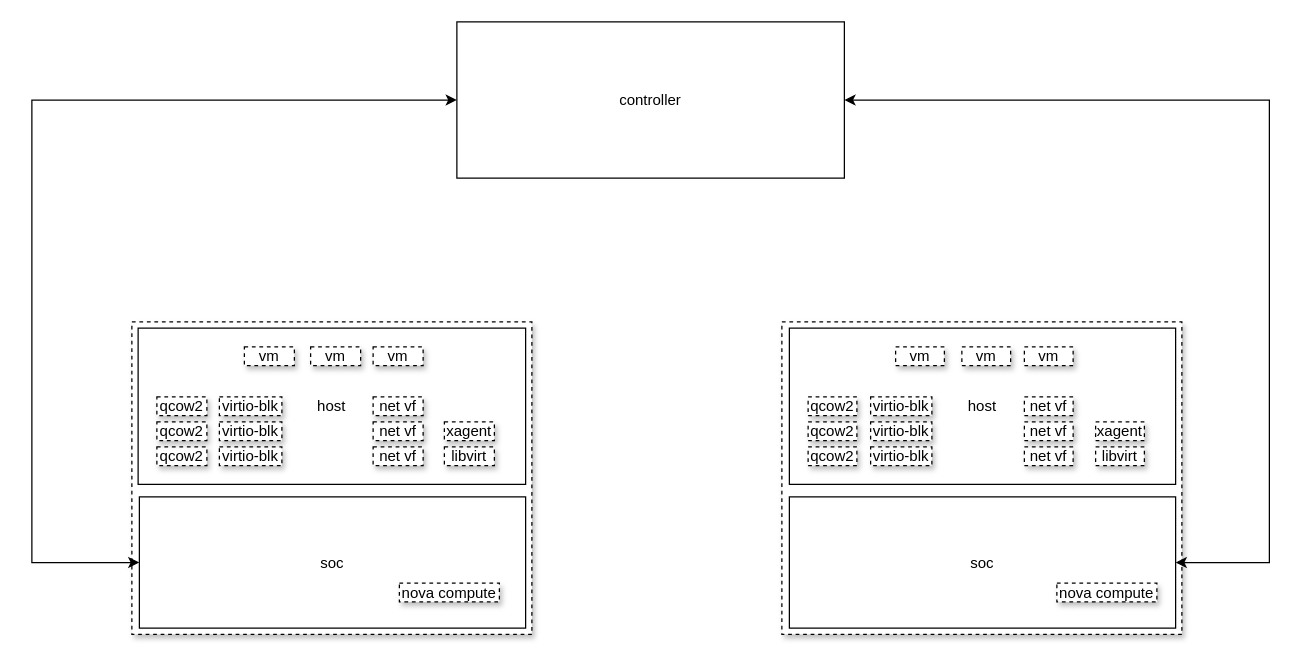
Before: Untitled Diagram.drawio in wdvill/python, a draw.io diagram. Source tidied: cells renumbered, new cells numbered last; positions are measured from the earlier drawing's top-left corner, leaving out a move shared by most shapes. Both pictures are drawn from the tidied source at 125%, with x=0, y=0 at pixel (31, 21).
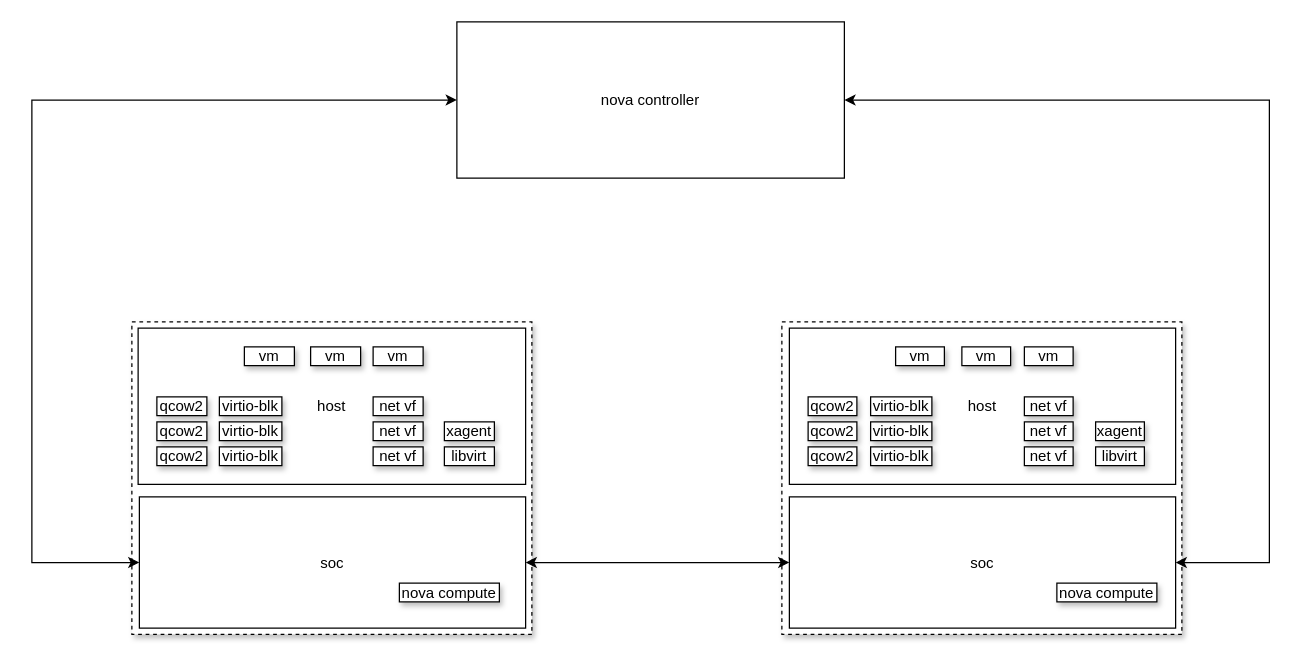
Above is the later version.

The change refers to these unchanged cells:
```xml
<mxCell id="4" value="soc" style="rounded=0;whiteSpace=wrap;html=1;" parent="1" vertex="1">
  <mxGeometry x="86" y="380" width="309" height="105" as="geometry" />
</mxCell>
<mxCell id="6" value="soc" style="rounded=0;whiteSpace=wrap;html=1;" parent="1" vertex="1">
  <mxGeometry x="606" y="380" width="309" height="105" as="geometry" />
</mxCell>
```

Diff of the diagram source:
```diff
@@
-    <mxCell id="7" value="controller" style="rounded=0;whiteSpace=wrap;html=1;" parent="1" vertex="1">
+    <mxCell id="7" value="nova controller" style="rounded=0;whiteSpace=wrap;html=1;" parent="1" vertex="1">
       <mxGeometry x="340" width="310" height="125" as="geometry" />
     </mxCell>
@@
-    <mxCell id="10" value="qcow2" style="rounded=0;whiteSpace=wrap;html=1;shadow=1;dashed=1;" parent="1" vertex="1">
+    <mxCell id="10" value="qcow2" style="rounded=0;whiteSpace=wrap;html=1;shadow=1;" parent="1" vertex="1">
       <mxGeometry x="100" y="340" width="40" height="15" as="geometry" />
     </mxCell>
-    <mxCell id="11" value="qcow2" style="rounded=0;whiteSpace=wrap;html=1;shadow=1;dashed=1;" parent="1" vertex="1">
+    <mxCell id="11" value="qcow2" style="rounded=0;whiteSpace=wrap;html=1;shadow=1;" parent="1" vertex="1">
       <mxGeometry x="100" y="320" width="40" height="15" as="geometry" />
     </mxCell>
-    <mxCell id="12" value="qcow2" style="rounded=0;whiteSpace=wrap;html=1;shadow=1;dashed=1;" parent="1" vertex="1">
+    <mxCell id="12" value="qcow2" style="rounded=0;whiteSpace=wrap;html=1;shadow=1;" parent="1" vertex="1">
       <mxGeometry x="100" y="300" width="40" height="15" as="geometry" />
     </mxCell>
-    <mxCell id="13" value="virtio-blk" style="rounded=0;whiteSpace=wrap;html=1;shadow=1;dashed=1;" parent="1" vertex="1">
+    <mxCell id="13" value="virtio-blk" style="rounded=0;whiteSpace=wrap;html=1;shadow=1;" parent="1" vertex="1">
       <mxGeometry x="150" y="340" width="50" height="15" as="geometry" />
     </mxCell>
-    <mxCell id="14" value="virtio-blk" style="rounded=0;whiteSpace=wrap;html=1;shadow=1;dashed=1;" parent="1" vertex="1">
+    <mxCell id="14" value="virtio-blk" style="rounded=0;whiteSpace=wrap;html=1;shadow=1;" parent="1" vertex="1">
       <mxGeometry x="150" y="320" width="50" height="15" as="geometry" />
     </mxCell>
-    <mxCell id="15" value="virtio-blk" style="rounded=0;whiteSpace=wrap;html=1;shadow=1;dashed=1;" parent="1" vertex="1">
+    <mxCell id="15" value="virtio-blk" style="rounded=0;whiteSpace=wrap;html=1;shadow=1;" parent="1" vertex="1">
       <mxGeometry x="150" y="300" width="50" height="15" as="geometry" />
     </mxCell>
-    <mxCell id="16" value="net vf" style="rounded=0;whiteSpace=wrap;html=1;shadow=1;dashed=1;" parent="1" vertex="1">
+    <mxCell id="16" value="net vf" style="rounded=0;whiteSpace=wrap;html=1;shadow=1;" parent="1" vertex="1">
       <mxGeometry x="273" y="340" width="40" height="15" as="geometry" />
     </mxCell>
-    <mxCell id="17" value="net vf" style="rounded=0;whiteSpace=wrap;html=1;shadow=1;dashed=1;" parent="1" vertex="1">
+    <mxCell id="17" value="net vf" style="rounded=0;whiteSpace=wrap;html=1;shadow=1;" parent="1" vertex="1">
       <mxGeometry x="273" y="320" width="40" height="15" as="geometry" />
     </mxCell>
-    <mxCell id="18" value="net vf" style="rounded=0;whiteSpace=wrap;html=1;shadow=1;dashed=1;" parent="1" vertex="1">
+    <mxCell id="18" value="net vf" style="rounded=0;whiteSpace=wrap;html=1;shadow=1;" parent="1" vertex="1">
       <mxGeometry x="273" y="300" width="40" height="15" as="geometry" />
     </mxCell>
-    <mxCell id="19" value="libvirt" style="rounded=0;whiteSpace=wrap;html=1;shadow=1;dashed=1;" parent="1" vertex="1">
+    <mxCell id="19" value="libvirt" style="rounded=0;whiteSpace=wrap;html=1;shadow=1;" parent="1" vertex="1">
       <mxGeometry x="330" y="340" width="40" height="15" as="geometry" />
     </mxCell>
-    <mxCell id="20" value="xagent" style="rounded=0;whiteSpace=wrap;html=1;shadow=1;dashed=1;" parent="1" vertex="1">
+    <mxCell id="20" value="xagent" style="rounded=0;whiteSpace=wrap;html=1;shadow=1;" parent="1" vertex="1">
       <mxGeometry x="330" y="320" width="40" height="15" as="geometry" />
     </mxCell>
-    <mxCell id="21" value="vm" style="rounded=0;whiteSpace=wrap;html=1;shadow=1;dashed=1;" parent="1" vertex="1">
+    <mxCell id="21" value="vm" style="rounded=0;whiteSpace=wrap;html=1;shadow=1;" parent="1" vertex="1">
       <mxGeometry x="170" y="260" width="40" height="15" as="geometry" />
     </mxCell>
-    <mxCell id="22" value="vm" style="rounded=0;whiteSpace=wrap;html=1;shadow=1;dashed=1;" parent="1" vertex="1">
+    <mxCell id="22" value="vm" style="rounded=0;whiteSpace=wrap;html=1;shadow=1;" parent="1" vertex="1">
       <mxGeometry x="273" y="260" width="40" height="15" as="geometry" />
     </mxCell>
-    <mxCell id="23" value="vm" style="rounded=0;whiteSpace=wrap;html=1;shadow=1;dashed=1;" parent="1" vertex="1">
+    <mxCell id="23" value="vm" style="rounded=0;whiteSpace=wrap;html=1;shadow=1;" parent="1" vertex="1">
       <mxGeometry x="223" y="260" width="40" height="15" as="geometry" />
     </mxCell>
@@
-    <mxCell id="25" value="qcow2" style="rounded=0;whiteSpace=wrap;html=1;shadow=1;dashed=1;" parent="1" vertex="1">
+    <mxCell id="25" value="qcow2" style="rounded=0;whiteSpace=wrap;html=1;shadow=1;" parent="1" vertex="1">
       <mxGeometry x="621" y="340" width="39" height="15" as="geometry" />
     </mxCell>
-    <mxCell id="26" value="qcow2" style="rounded=0;whiteSpace=wrap;html=1;shadow=1;dashed=1;" parent="1" vertex="1">
+    <mxCell id="26" value="qcow2" style="rounded=0;whiteSpace=wrap;html=1;shadow=1;" parent="1" vertex="1">
       <mxGeometry x="621" y="320" width="39" height="15" as="geometry" />
     </mxCell>
-    <mxCell id="27" value="qcow2" style="rounded=0;whiteSpace=wrap;html=1;shadow=1;dashed=1;" parent="1" vertex="1">
+    <mxCell id="27" value="qcow2" style="rounded=0;whiteSpace=wrap;html=1;shadow=1;" parent="1" vertex="1">
       <mxGeometry x="621" y="300" width="39" height="15" as="geometry" />
     </mxCell>
-    <mxCell id="28" value="virtio-blk" style="rounded=0;whiteSpace=wrap;html=1;shadow=1;dashed=1;" parent="1" vertex="1">
+    <mxCell id="28" value="virtio-blk" style="rounded=0;whiteSpace=wrap;html=1;shadow=1;" parent="1" vertex="1">
       <mxGeometry x="671" y="340" width="49" height="15" as="geometry" />
     </mxCell>
-    <mxCell id="29" value="virtio-blk" style="rounded=0;whiteSpace=wrap;html=1;shadow=1;dashed=1;" parent="1" vertex="1">
+    <mxCell id="29" value="virtio-blk" style="rounded=0;whiteSpace=wrap;html=1;shadow=1;" parent="1" vertex="1">
       <mxGeometry x="671" y="320" width="49" height="15" as="geometry" />
     </mxCell>
-    <mxCell id="30" value="virtio-blk" style="rounded=0;whiteSpace=wrap;html=1;shadow=1;dashed=1;" parent="1" vertex="1">
+    <mxCell id="30" value="virtio-blk" style="rounded=0;whiteSpace=wrap;html=1;shadow=1;" parent="1" vertex="1">
       <mxGeometry x="671" y="300" width="49" height="15" as="geometry" />
     </mxCell>
-    <mxCell id="31" value="net vf" style="rounded=0;whiteSpace=wrap;html=1;shadow=1;dashed=1;" parent="1" vertex="1">
+    <mxCell id="31" value="net vf" style="rounded=0;whiteSpace=wrap;html=1;shadow=1;" parent="1" vertex="1">
       <mxGeometry x="794" y="340" width="39" height="15" as="geometry" />
     </mxCell>
-    <mxCell id="32" value="net vf" style="rounded=0;whiteSpace=wrap;html=1;shadow=1;dashed=1;" parent="1" vertex="1">
+    <mxCell id="32" value="net vf" style="rounded=0;whiteSpace=wrap;html=1;shadow=1;" parent="1" vertex="1">
       <mxGeometry x="794" y="320" width="39" height="15" as="geometry" />
     </mxCell>
-    <mxCell id="33" value="net vf" style="rounded=0;whiteSpace=wrap;html=1;shadow=1;dashed=1;" parent="1" vertex="1">
+    <mxCell id="33" value="net vf" style="rounded=0;whiteSpace=wrap;html=1;shadow=1;" parent="1" vertex="1">
       <mxGeometry x="794" y="300" width="39" height="15" as="geometry" />
     </mxCell>
-    <mxCell id="34" value="libvirt" style="rounded=0;whiteSpace=wrap;html=1;shadow=1;dashed=1;" parent="1" vertex="1">
+    <mxCell id="34" value="libvirt" style="rounded=0;whiteSpace=wrap;html=1;shadow=1;" parent="1" vertex="1">
       <mxGeometry x="851" y="340" width="39" height="15" as="geometry" />
     </mxCell>
-    <mxCell id="35" value="xagent" style="rounded=0;whiteSpace=wrap;html=1;shadow=1;dashed=1;" parent="1" vertex="1">
+    <mxCell id="35" value="xagent" style="rounded=0;whiteSpace=wrap;html=1;shadow=1;" parent="1" vertex="1">
       <mxGeometry x="851" y="320" width="39" height="15" as="geometry" />
     </mxCell>
-    <mxCell id="36" value="vm" style="rounded=0;whiteSpace=wrap;html=1;shadow=1;dashed=1;" parent="1" vertex="1">
+    <mxCell id="36" value="vm" style="rounded=0;whiteSpace=wrap;html=1;shadow=1;" parent="1" vertex="1">
       <mxGeometry x="691" y="260" width="39" height="15" as="geometry" />
     </mxCell>
-    <mxCell id="37" value="vm" style="rounded=0;whiteSpace=wrap;html=1;shadow=1;dashed=1;" parent="1" vertex="1">
+    <mxCell id="37" value="vm" style="rounded=0;whiteSpace=wrap;html=1;shadow=1;" parent="1" vertex="1">
       <mxGeometry x="794" y="260" width="39" height="15" as="geometry" />
     </mxCell>
-    <mxCell id="38" value="vm" style="rounded=0;whiteSpace=wrap;html=1;shadow=1;dashed=1;" parent="1" vertex="1">
+    <mxCell id="38" value="vm" style="rounded=0;whiteSpace=wrap;html=1;shadow=1;" parent="1" vertex="1">
       <mxGeometry x="744" y="260" width="39" height="15" as="geometry" />
     </mxCell>
-    <mxCell id="39" value="nova compute" style="rounded=0;whiteSpace=wrap;html=1;shadow=1;dashed=1;" parent="1" vertex="1">
+    <mxCell id="39" value="nova compute" style="rounded=0;whiteSpace=wrap;html=1;shadow=1;" parent="1" vertex="1">
       <mxGeometry x="294" y="449" width="80" height="15" as="geometry" />
     </mxCell>
-    <mxCell id="40" value="nova compute" style="rounded=0;whiteSpace=wrap;html=1;shadow=1;dashed=1;" parent="1" vertex="1">
+    <mxCell id="40" value="nova compute" style="rounded=0;whiteSpace=wrap;html=1;shadow=1;" parent="1" vertex="1">
       <mxGeometry x="820" y="449" width="80" height="15" as="geometry" />
     </mxCell>
+    <mxCell id="41" style="endArrow=classic;startArrow=classic;html=1;rounded=0;exitX=1;exitY=0.5;exitDx=0;exitDy=0;entryX=0;entryY=0.5;entryDx=0;entryDy=0;" parent="1" edge="1" source="4" target="6">
+      <mxGeometry relative="1" as="geometry" />
+    </mxCell>
```
